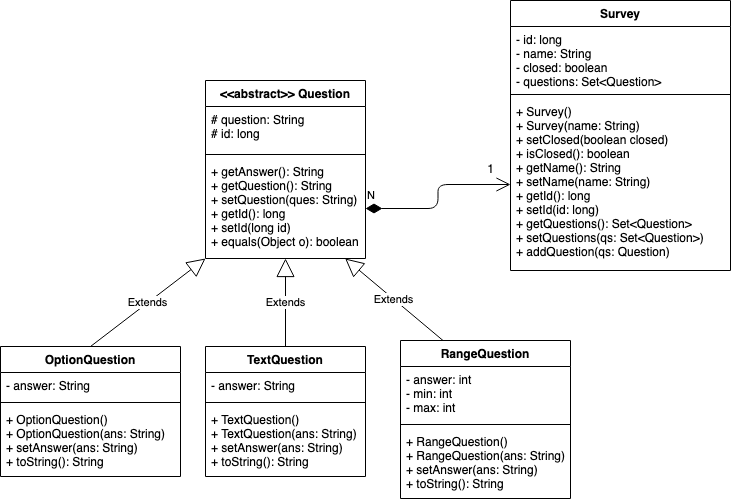
Before: docs/SimpleSurveyUML.png, a diagram exported from draw.io (vikrambombhi/SimpleSurvey). Source tidied: cells renumbered, new cells last; positions are measured from the earlier drawing's top-left corner, leaving out a move shared by most shapes. Source of this version:
```xml
<mxGraphModel>
  <root>
    <mxCell id="0" />
    <mxCell id="1" parent="0" />
    <mxCell id="2" value="Survey" style="swimlane;fontStyle=1;align=center;verticalAlign=top;horizontal=1;startSize=26;" parent="1" vertex="1">
      <mxGeometry x="510" width="220" height="270" as="geometry" />
    </mxCell>
    <mxCell id="3" value="- id: long&#10;- name: String&#10;- closed: boolean&#10;- questions: Set&lt;Question&gt;&#10;" style="text;strokeColor=none;fillColor=none;align=left;verticalAlign=top;spacingLeft=4;spacingRight=4;overflow=hidden;" parent="2" vertex="1">
      <mxGeometry y="26" width="220" height="64" as="geometry" />
    </mxCell>
    <mxCell id="4" style="line;strokeWidth=1;fillColor=none;align=left;verticalAlign=middle;spacingTop=-1;spacingLeft=3;spacingRight=3;labelPosition=right;" parent="2" vertex="1">
      <mxGeometry y="90" width="220" height="8" as="geometry" />
    </mxCell>
    <mxCell id="5" value="+ Survey()&#10;+ Survey(name: String)&#10;+ setClosed(boolean closed)&#10;+ isClosed(): boolean&#10;+ getName(): String&#10;+ setName(name: String)&#10;+ getId(): long&#10;+ setId(id: long)&#10;+ getQuestions(): Set&lt;Question&gt;&#10;+ setQuestions(qs: Set&lt;Question&gt;)&#10;+ addQuestion(qs: Question)&#10;" style="text;strokeColor=none;fillColor=none;align=left;verticalAlign=top;spacingLeft=4;spacingRight=4;overflow=hidden;points=[[0,0.5],[1,0.5]];portConstraint=eastwest;" parent="2" vertex="1">
      <mxGeometry y="98" width="220" height="172" as="geometry" />
    </mxCell>
    <mxCell id="6" value="&lt;&lt;abstract&gt;&gt; Question" style="swimlane;fontStyle=1;align=center;verticalAlign=top;horizontal=1;startSize=26;" parent="1" vertex="1">
      <mxGeometry x="205" y="80" width="160" height="178" as="geometry" />
    </mxCell>
    <mxCell id="7" value="# question: String&#10;# id: long&#10;" style="text;strokeColor=none;fillColor=none;align=left;verticalAlign=top;spacingLeft=4;spacingRight=4;overflow=hidden;" parent="6" vertex="1">
      <mxGeometry y="26" width="160" height="44" as="geometry" />
    </mxCell>
    <mxCell id="8" style="line;strokeWidth=1;fillColor=none;align=left;verticalAlign=middle;spacingTop=-1;spacingLeft=3;spacingRight=3;labelPosition=right;" parent="6" vertex="1">
      <mxGeometry y="70" width="160" height="8" as="geometry" />
    </mxCell>
    <mxCell id="9" value="+ getAnswer(): String&#10;+ getQuestion(): String&#10;+ setQuestion(ques: String)&#10;+ getId(): long&#10;+ setId(long id)&#10;+ equals(Object o): boolean&#10;" style="text;strokeColor=none;fillColor=none;align=left;verticalAlign=top;spacingLeft=4;spacingRight=4;overflow=hidden;points=[[0,0.5],[1,0.5]];portConstraint=eastwest;" parent="6" vertex="1">
      <mxGeometry y="78" width="160" height="100" as="geometry" />
    </mxCell>
    <mxCell id="10" value="TextQuestion" style="swimlane;fontStyle=1;align=center;verticalAlign=top;horizontal=1;startSize=26;" parent="1" vertex="1">
      <mxGeometry x="205" y="346" width="160" height="130" as="geometry" />
    </mxCell>
    <mxCell id="11" value="- answer: String" style="text;strokeColor=none;fillColor=none;align=left;verticalAlign=top;spacingLeft=4;spacingRight=4;overflow=hidden;" parent="10" vertex="1">
      <mxGeometry y="26" width="160" height="26" as="geometry" />
    </mxCell>
    <mxCell id="12" style="line;strokeWidth=1;fillColor=none;align=left;verticalAlign=middle;spacingTop=-1;spacingLeft=3;spacingRight=3;labelPosition=right;" parent="10" vertex="1">
      <mxGeometry y="52" width="160" height="8" as="geometry" />
    </mxCell>
    <mxCell id="13" value="+ TextQuestion()&#10;+ TextQuestion(ans: String)&#10;+ setAnswer(ans: String)&#10;+ toString(): String&#10;&#10;" style="text;strokeColor=none;fillColor=none;align=left;verticalAlign=top;spacingLeft=4;spacingRight=4;overflow=hidden;" parent="10" vertex="1">
      <mxGeometry y="60" width="160" height="70" as="geometry" />
    </mxCell>
    <mxCell id="14" value="RangeQuestion" style="swimlane;fontStyle=1;align=center;verticalAlign=top;horizontal=1;startSize=26;" parent="1" vertex="1">
      <mxGeometry x="400" y="340" width="170" height="158" as="geometry" />
    </mxCell>
    <mxCell id="15" value="- answer: int&#10;- min: int&#10;- max: int&#10;" style="text;strokeColor=none;fillColor=none;align=left;verticalAlign=top;spacingLeft=4;spacingRight=4;overflow=hidden;" parent="14" vertex="1">
      <mxGeometry y="26" width="170" height="54" as="geometry" />
    </mxCell>
    <mxCell id="16" style="line;strokeWidth=1;fillColor=none;align=left;verticalAlign=middle;spacingTop=-1;spacingLeft=3;spacingRight=3;labelPosition=right;" parent="14" vertex="1">
      <mxGeometry y="80" width="170" height="8" as="geometry" />
    </mxCell>
    <mxCell id="17" value="+ RangeQuestion()&#10;+ RangeQuestion(ans: String)&#10;+ setAnswer(ans: String)&#10;+ toString(): String&#10;&#10;&#10;&#10;" style="text;strokeColor=none;fillColor=none;align=left;verticalAlign=top;spacingLeft=4;spacingRight=4;overflow=hidden;" parent="14" vertex="1">
      <mxGeometry y="88" width="170" height="70" as="geometry" />
    </mxCell>
    <mxCell id="18" value="OptionQuestion" style="swimlane;fontStyle=1;align=center;verticalAlign=top;horizontal=1;startSize=26;" parent="1" vertex="1">
      <mxGeometry y="346" width="180" height="130" as="geometry" />
    </mxCell>
    <mxCell id="19" value="- answer: String" style="text;strokeColor=none;fillColor=none;align=left;verticalAlign=top;spacingLeft=4;spacingRight=4;overflow=hidden;" parent="18" vertex="1">
      <mxGeometry y="26" width="180" height="26" as="geometry" />
    </mxCell>
    <mxCell id="20" style="line;strokeWidth=1;fillColor=none;align=left;verticalAlign=middle;spacingTop=-1;spacingLeft=3;spacingRight=3;labelPosition=right;" parent="18" vertex="1">
      <mxGeometry y="52" width="180" height="8" as="geometry" />
    </mxCell>
    <mxCell id="21" value="+ OptionQuestion()&#10;+ OptionQuestion(ans: String)&#10;+ setAnswer(ans: String)&#10;+ toString(): String&#10;&#10;&#10;&#10;" style="text;strokeColor=none;fillColor=none;align=left;verticalAlign=top;spacingLeft=4;spacingRight=4;overflow=hidden;" parent="18" vertex="1">
      <mxGeometry y="60" width="180" height="70" as="geometry" />
    </mxCell>
    <mxCell id="22" value="Extends" style="endArrow=block;endSize=16;endFill=0;html=1;exitX=0.5;exitY=0;exitDx=0;exitDy=0;entryX=0;entryY=1;entryDx=0;entryDy=0;" parent="1" edge="1" source="18" target="6">
      <mxGeometry relative="1" as="geometry" />
    </mxCell>
    <mxCell id="23" value="Extends" style="endArrow=block;endSize=16;endFill=0;html=1;exitX=0.5;exitY=0;exitDx=0;exitDy=0;entryX=0.5;entryY=1;entryDx=0;entryDy=0;" parent="1" edge="1" source="10" target="6">
      <mxGeometry relative="1" as="geometry" />
    </mxCell>
    <mxCell id="24" value="Extends" style="endArrow=block;endSize=16;endFill=0;html=1;exitX=0.25;exitY=0;exitDx=0;exitDy=0;" parent="1" edge="1" source="14" target="9">
      <mxGeometry relative="1" as="geometry" />
    </mxCell>
    <mxCell id="25" value="N" style="endArrow=open;html=1;endSize=12;startArrow=diamondThin;startSize=14;startFill=1;edgeStyle=orthogonalEdgeStyle;align=left;verticalAlign=bottom;entryX=0;entryY=0.5;entryDx=0;entryDy=0;exitX=1;exitY=0.5;exitDx=0;exitDy=0;" parent="1" edge="1" source="9" target="5">
      <mxGeometry x="-1" y="3" relative="1" as="geometry" />
    </mxCell>
    <mxCell id="26" value="1" style="text;html=1;align=center;verticalAlign=middle;" parent="1" vertex="1">
      <mxGeometry x="480" y="159" width="20" height="20" as="geometry" />
    </mxCell>
  </root>
</mxGraphModel>
```
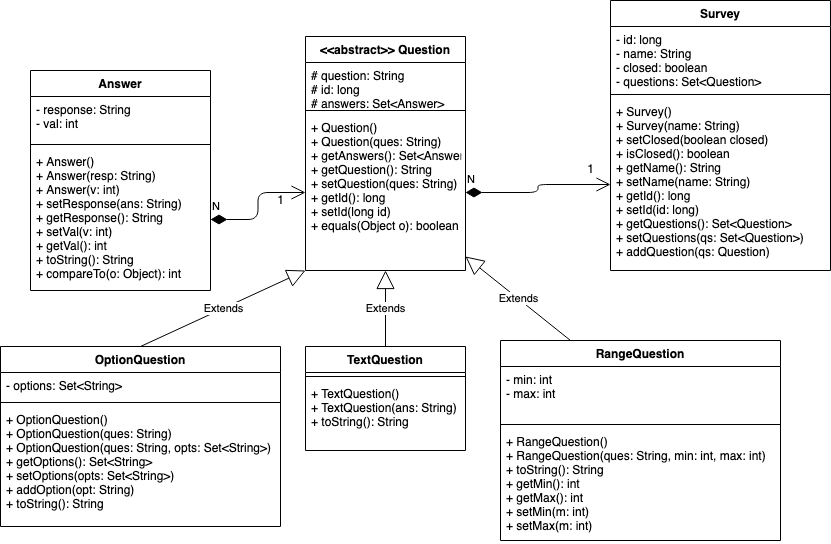
After the commit.

Commit message:
update UML for multiple answers

What changed in the source:
```diff
@@ -14,53 +14,38 @@
     <mxCell id="5" value="+ Survey()&#10;+ Survey(name: String)&#10;+ setClosed(boolean closed)&#10;+ isClosed(): boolean&#10;+ getName(): String&#10;+ setName(name: String)&#10;+ getId(): long&#10;+ setId(id: long)&#10;+ getQuestions(): Set&lt;Question&gt;&#10;+ setQuestions(qs: Set&lt;Question&gt;)&#10;+ addQuestion(qs: Question)&#10;" style="text;strokeColor=none;fillColor=none;align=left;verticalAlign=top;spacingLeft=4;spacingRight=4;overflow=hidden;points=[[0,0.5],[1,0.5]];portConstraint=eastwest;" parent="2" vertex="1">
       <mxGeometry y="98" width="220" height="172" as="geometry" />
     </mxCell>
-    <mxCell id="6" value="&lt;&lt;abstract&gt;&gt; Question" style="swimlane;fontStyle=1;align=center;verticalAlign=top;horizontal=1;startSize=26;" parent="1" vertex="1">
-      <mxGeometry x="205" y="80" width="160" height="178" as="geometry" />
-    </mxCell>
-    <mxCell id="7" value="# question: String&#10;# id: long&#10;" style="text;strokeColor=none;fillColor=none;align=left;verticalAlign=top;spacingLeft=4;spacingRight=4;overflow=hidden;" parent="6" vertex="1">
-      <mxGeometry y="26" width="160" height="44" as="geometry" />
-    </mxCell>
-    <mxCell id="8" style="line;strokeWidth=1;fillColor=none;align=left;verticalAlign=middle;spacingTop=-1;spacingLeft=3;spacingRight=3;labelPosition=right;" parent="6" vertex="1">
-      <mxGeometry y="70" width="160" height="8" as="geometry" />
-    </mxCell>
-    <mxCell id="9" value="+ getAnswer(): String&#10;+ getQuestion(): String&#10;+ setQuestion(ques: String)&#10;+ getId(): long&#10;+ setId(long id)&#10;+ equals(Object o): boolean&#10;" style="text;strokeColor=none;fillColor=none;align=left;verticalAlign=top;spacingLeft=4;spacingRight=4;overflow=hidden;points=[[0,0.5],[1,0.5]];portConstraint=eastwest;" parent="6" vertex="1">
-      <mxGeometry y="78" width="160" height="100" as="geometry" />
-    </mxCell>
     <mxCell id="10" value="TextQuestion" style="swimlane;fontStyle=1;align=center;verticalAlign=top;horizontal=1;startSize=26;" parent="1" vertex="1">
-      <mxGeometry x="205" y="346" width="160" height="130" as="geometry" />
+      <mxGeometry x="205" y="346" width="160" height="104" as="geometry" />
     </mxCell>
-    <mxCell id="11" value="- answer: String" style="text;strokeColor=none;fillColor=none;align=left;verticalAlign=top;spacingLeft=4;spacingRight=4;overflow=hidden;" parent="10" vertex="1">
-      <mxGeometry y="26" width="160" height="26" as="geometry" />
-    </mxCell>
     <mxCell id="12" style="line;strokeWidth=1;fillColor=none;align=left;verticalAlign=middle;spacingTop=-1;spacingLeft=3;spacingRight=3;labelPosition=right;" parent="10" vertex="1">
-      <mxGeometry y="52" width="160" height="8" as="geometry" />
+      <mxGeometry y="26" width="160" height="8" as="geometry" />
     </mxCell>
-    <mxCell id="13" value="+ TextQuestion()&#10;+ TextQuestion(ans: String)&#10;+ setAnswer(ans: String)&#10;+ toString(): String&#10;&#10;" style="text;strokeColor=none;fillColor=none;align=left;verticalAlign=top;spacingLeft=4;spacingRight=4;overflow=hidden;" parent="10" vertex="1">
-      <mxGeometry y="60" width="160" height="70" as="geometry" />
+    <mxCell id="13" value="+ TextQuestion()&#10;+ TextQuestion(ans: String)&#10;+ toString(): String&#10;&#10;" style="text;strokeColor=none;fillColor=none;align=left;verticalAlign=top;spacingLeft=4;spacingRight=4;overflow=hidden;" parent="10" vertex="1">
+      <mxGeometry y="34" width="160" height="70" as="geometry" />
     </mxCell>
     <mxCell id="14" value="RangeQuestion" style="swimlane;fontStyle=1;align=center;verticalAlign=top;horizontal=1;startSize=26;" parent="1" vertex="1">
-      <mxGeometry x="400" y="340" width="170" height="158" as="geometry" />
+      <mxGeometry x="400" y="340" width="280" height="200" as="geometry" />
     </mxCell>
-    <mxCell id="15" value="- answer: int&#10;- min: int&#10;- max: int&#10;" style="text;strokeColor=none;fillColor=none;align=left;verticalAlign=top;spacingLeft=4;spacingRight=4;overflow=hidden;" parent="14" vertex="1">
-      <mxGeometry y="26" width="170" height="54" as="geometry" />
+    <mxCell id="15" value="- min: int&#10;- max: int&#10;" style="text;strokeColor=none;fillColor=none;align=left;verticalAlign=top;spacingLeft=4;spacingRight=4;overflow=hidden;" parent="14" vertex="1">
+      <mxGeometry y="26" width="280" height="54" as="geometry" />
     </mxCell>
     <mxCell id="16" style="line;strokeWidth=1;fillColor=none;align=left;verticalAlign=middle;spacingTop=-1;spacingLeft=3;spacingRight=3;labelPosition=right;" parent="14" vertex="1">
-      <mxGeometry y="80" width="170" height="8" as="geometry" />
+      <mxGeometry y="80" width="280" height="8" as="geometry" />
     </mxCell>
-    <mxCell id="17" value="+ RangeQuestion()&#10;+ RangeQuestion(ans: String)&#10;+ setAnswer(ans: String)&#10;+ toString(): String&#10;&#10;&#10;&#10;" style="text;strokeColor=none;fillColor=none;align=left;verticalAlign=top;spacingLeft=4;spacingRight=4;overflow=hidden;" parent="14" vertex="1">
-      <mxGeometry y="88" width="170" height="70" as="geometry" />
+    <mxCell id="17" value="+ RangeQuestion()&#10;+ RangeQuestion(ques: String, min: int, max: int)&#10;+ toString(): String&#10;+ getMin(): int&#10;+ getMax(): int&#10;+ setMin(m: int)&#10;+ setMax(m: int)&#10;" style="text;strokeColor=none;fillColor=none;align=left;verticalAlign=top;spacingLeft=4;spacingRight=4;overflow=hidden;" parent="14" vertex="1">
+      <mxGeometry y="88" width="280" height="112" as="geometry" />
     </mxCell>
     <mxCell id="18" value="OptionQuestion" style="swimlane;fontStyle=1;align=center;verticalAlign=top;horizontal=1;startSize=26;" parent="1" vertex="1">
-      <mxGeometry y="346" width="180" height="130" as="geometry" />
+      <mxGeometry x="-100" y="346" width="280" height="180" as="geometry" />
     </mxCell>
-    <mxCell id="19" value="- answer: String" style="text;strokeColor=none;fillColor=none;align=left;verticalAlign=top;spacingLeft=4;spacingRight=4;overflow=hidden;" parent="18" vertex="1">
-      <mxGeometry y="26" width="180" height="26" as="geometry" />
+    <mxCell id="19" value="- options: Set&lt;String&gt;" style="text;strokeColor=none;fillColor=none;align=left;verticalAlign=top;spacingLeft=4;spacingRight=4;overflow=hidden;" parent="18" vertex="1">
+      <mxGeometry y="26" width="280" height="26" as="geometry" />
     </mxCell>
     <mxCell id="20" style="line;strokeWidth=1;fillColor=none;align=left;verticalAlign=middle;spacingTop=-1;spacingLeft=3;spacingRight=3;labelPosition=right;" parent="18" vertex="1">
-      <mxGeometry y="52" width="180" height="8" as="geometry" />
+      <mxGeometry y="52" width="280" height="8" as="geometry" />
     </mxCell>
-    <mxCell id="21" value="+ OptionQuestion()&#10;+ OptionQuestion(ans: String)&#10;+ setAnswer(ans: String)&#10;+ toString(): String&#10;&#10;&#10;&#10;" style="text;strokeColor=none;fillColor=none;align=left;verticalAlign=top;spacingLeft=4;spacingRight=4;overflow=hidden;" parent="18" vertex="1">
-      <mxGeometry y="60" width="180" height="70" as="geometry" />
+    <mxCell id="21" value="+ OptionQuestion()&#10;+ OptionQuestion(ques: String)&#10;+ OptionQuestion(ques: String, opts: Set&lt;String&gt;)&#10;+ getOptions(): Set&lt;String&gt;&#10;+ setOptions(opts: Set&lt;String&gt;)&#10;+ addOption(opt: String)&#10;+ toString(): String&#10;&#10;" style="text;strokeColor=none;fillColor=none;align=left;verticalAlign=top;spacingLeft=4;spacingRight=4;overflow=hidden;" parent="18" vertex="1">
+      <mxGeometry y="60" width="280" height="120" as="geometry" />
     </mxCell>
     <mxCell id="22" value="Extends" style="endArrow=block;endSize=16;endFill=0;html=1;exitX=0.5;exitY=0;exitDx=0;exitDy=0;entryX=0;entryY=1;entryDx=0;entryDy=0;" parent="1" edge="1" source="18" target="6">
       <mxGeometry relative="1" as="geometry" />
@@ -77,5 +62,35 @@
     <mxCell id="26" value="1" style="text;html=1;align=center;verticalAlign=middle;" parent="1" vertex="1">
       <mxGeometry x="480" y="159" width="20" height="20" as="geometry" />
     </mxCell>
+    <mxCell id="27" value="N" style="endArrow=open;html=1;endSize=12;startArrow=diamondThin;startSize=14;startFill=1;edgeStyle=orthogonalEdgeStyle;align=left;verticalAlign=bottom;entryX=0;entryY=0.5;entryDx=0;entryDy=0;exitX=1;exitY=0.5;exitDx=0;exitDy=0;" parent="1" edge="1" source="32" target="9">
+      <mxGeometry x="-1" y="3" relative="1" as="geometry" />
+    </mxCell>
+    <mxCell id="28" value="1" style="text;html=1;align=center;verticalAlign=middle;" parent="1" vertex="1">
+      <mxGeometry x="170" y="190" width="20" height="20" as="geometry" />
+    </mxCell>
+    <mxCell id="29" value="Answer" style="swimlane;fontStyle=1;align=center;verticalAlign=top;horizontal=1;startSize=26;" parent="1" vertex="1">
+      <mxGeometry x="-70" y="70" width="180" height="220" as="geometry" />
+    </mxCell>
+    <mxCell id="30" value="- response: String&#10;- val: int&#10;" style="text;strokeColor=none;fillColor=none;align=left;verticalAlign=top;spacingLeft=4;spacingRight=4;overflow=hidden;" parent="29" vertex="1">
+      <mxGeometry y="26" width="180" height="44" as="geometry" />
+    </mxCell>
+    <mxCell id="31" style="line;strokeWidth=1;fillColor=none;align=left;verticalAlign=middle;spacingTop=-1;spacingLeft=3;spacingRight=3;labelPosition=right;" parent="29" vertex="1">
+      <mxGeometry y="70" width="180" height="8" as="geometry" />
+    </mxCell>
+    <mxCell id="32" value="+ Answer()&#10;+ Answer(resp: String)&#10;+ Answer(v: int)&#10;+ setResponse(ans: String)&#10;+ getResponse(): String&#10;+ setVal(v: int)&#10;+ getVal(): int&#10;+ toString(): String&#10;+ compareTo(o: Object): int&#10;&#10;&#10;&#10;&#10;" style="text;strokeColor=none;fillColor=none;align=left;verticalAlign=top;spacingLeft=4;spacingRight=4;overflow=hidden;points=[[0,0.5],[1,0.5]];portConstraint=eastwest;" parent="29" vertex="1">
+      <mxGeometry y="78" width="180" height="142" as="geometry" />
+    </mxCell>
+    <mxCell id="6" value="&lt;&lt;abstract&gt;&gt; Question" style="swimlane;fontStyle=1;align=center;verticalAlign=top;horizontal=1;startSize=26;" parent="1" vertex="1">
+      <mxGeometry x="205" y="36" width="160" height="234" as="geometry" />
+    </mxCell>
+    <mxCell id="7" value="# question: String&#10;# id: long&#10;# answers: Set&lt;Answer&gt;&#10;&#10;" style="text;strokeColor=none;fillColor=none;align=left;verticalAlign=top;spacingLeft=4;spacingRight=4;overflow=hidden;" parent="6" vertex="1">
+      <mxGeometry y="26" width="160" height="44" as="geometry" />
+    </mxCell>
+    <mxCell id="8" style="line;strokeWidth=1;fillColor=none;align=left;verticalAlign=middle;spacingTop=-1;spacingLeft=3;spacingRight=3;labelPosition=right;" parent="6" vertex="1">
+      <mxGeometry y="70" width="160" height="8" as="geometry" />
+    </mxCell>
+    <mxCell id="9" value="+ Question()&#10;+ Question(ques: String)&#10;+ getAnswers(): Set&lt;Answer&gt;+ addAnswer(ans: Answer)&#10;+ getQuestion(): String&#10;+ setQuestion(ques: String)&#10;+ getId(): long&#10;+ setId(long id)&#10;+ equals(Object o): boolean" style="text;strokeColor=none;fillColor=none;align=left;verticalAlign=top;spacingLeft=4;spacingRight=4;overflow=hidden;points=[[0,0.5],[1,0.5]];portConstraint=eastwest;" parent="6" vertex="1">
+      <mxGeometry y="78" width="160" height="156" as="geometry" />
+    </mxCell>
   </root>
 </mxGraphModel>
```
